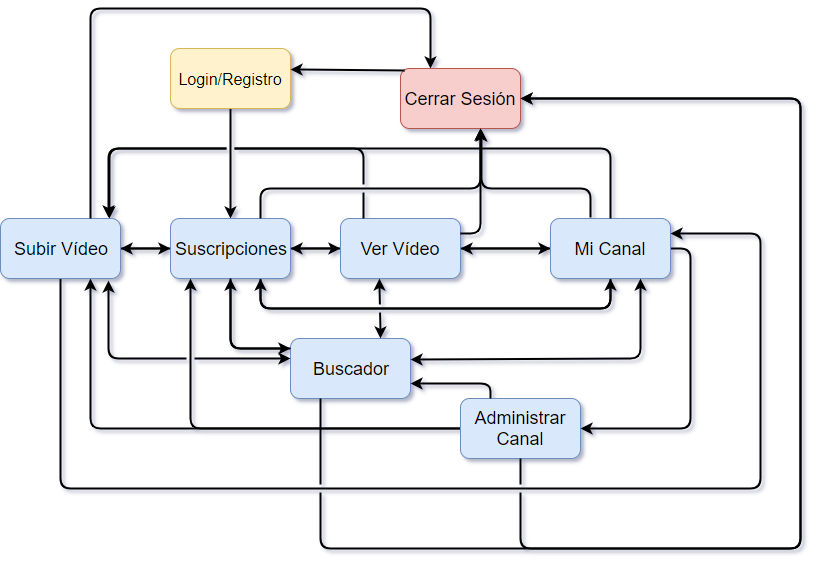
Before: Proyecto/Documentacion/Esquema Navegacion.png, a diagram exported from draw.io (Victor-martinelli/TADEPD). Source tidied: cells renumbered, new cells last; positions are measured from the earlier drawing's top-left corner, leaving out a move shared by most shapes.
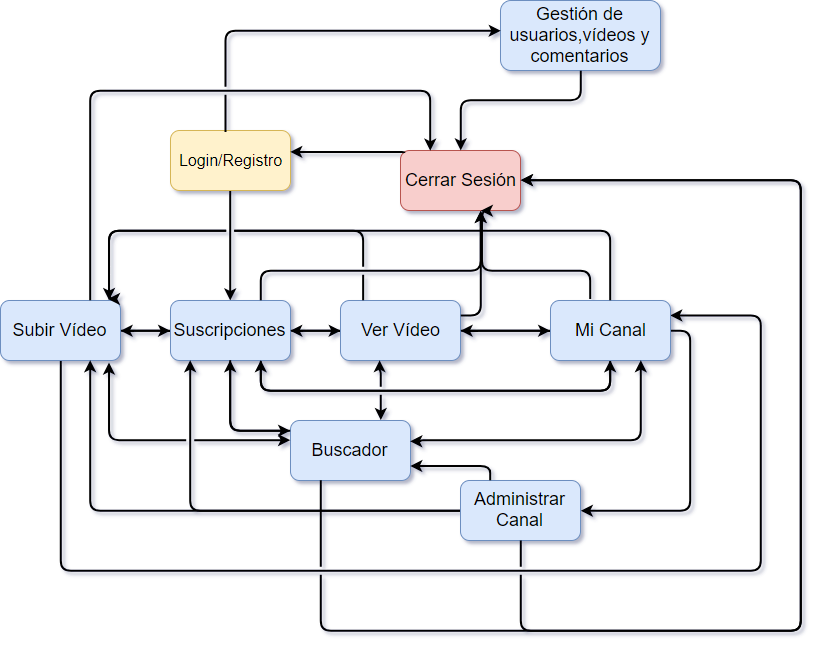
The same diagram one commit later.

What changed in the source:
```diff
@@ -238,5 +238,24 @@
         </Array>
       </mxGeometry>
     </mxCell>
+    <mxCell id="38" value="Gestión de usuarios,vídeos y comentarios" style="rounded=1;whiteSpace=wrap;html=1;fontSize=18;fillColor=#dae8fc;strokeColor=#6c8ebf;" parent="1" vertex="1">
+      <mxGeometry x="500" y="-90" width="160" height="70" as="geometry" />
+    </mxCell>
+    <mxCell id="39" style="edgeStyle=orthogonalEdgeStyle;rounded=1;comic=0;jettySize=auto;html=1;exitX=0.456;exitY=0.022;exitDx=0;exitDy=0;fontSize=16;strokeWidth=2;jumpStyle=gap;exitPerimeter=0;" parent="1" edge="1" source="3">
+      <mxGeometry relative="1" as="geometry">
+        <mxPoint x="500" y="-60" as="targetPoint" />
+        <Array as="points">
+          <mxPoint x="225" y="-60" />
+        </Array>
+      </mxGeometry>
+    </mxCell>
+    <mxCell id="40" style="edgeStyle=orthogonalEdgeStyle;rounded=1;comic=0;jettySize=auto;html=1;exitX=0.5;exitY=1;exitDx=0;exitDy=0;fontSize=16;strokeWidth=2;jumpStyle=gap;" parent="1" edge="1" source="38" target="18">
+      <mxGeometry relative="1" as="geometry">
+        <Array as="points">
+          <mxPoint x="580" y="10" />
+          <mxPoint x="460" y="10" />
+        </Array>
+      </mxGeometry>
+    </mxCell>
   </root>
 </mxGraphModel>
```
